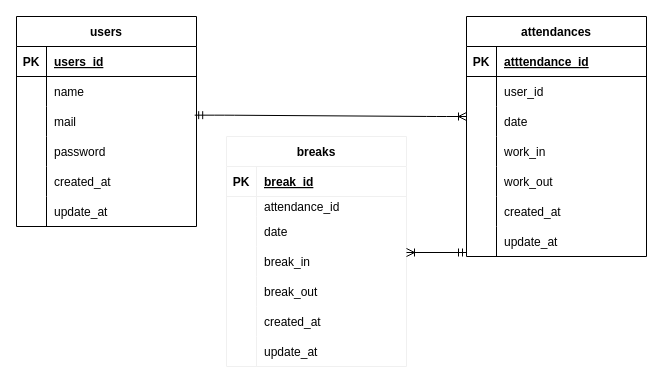
Above: page "ER図" (1 of 2) of usecase.dio in owl0206/attendance-system (draw.io), before the change. Source tidied: cells renumbered, new cells numbered last; positions are measured from the earlier drawing's top-left corner, leaving out a move shared by most shapes. Both pictures are drawn from the tidied source at 100%, with x=0, y=0 at pixel (16, 16).
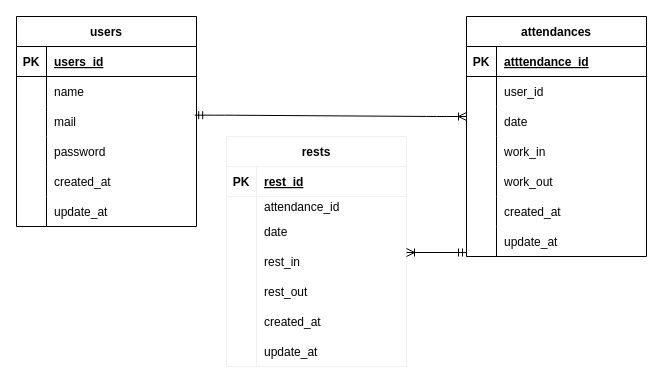
The same diagram, later.

Unchanged cells that the change refers to:
```xml
<mxCell id="44" style="shape=partialRectangle;fillColor=none;top=0;left=0;bottom=1;right=0;strokeColor=#F0F0F0;" parent="43" vertex="1">
  <mxGeometry y="30" width="180" height="30" as="geometry" />
</mxCell>
<mxCell id="53" style="shape=partialRectangle;fillColor=none;top=0;left=0;bottom=0;right=0;strokeColor=#F0F0F0;" parent="43" vertex="1">
  <mxGeometry y="110" width="180" height="30" as="geometry" />
</mxCell>
<mxCell id="56" style="shape=partialRectangle;fillColor=none;top=0;left=0;bottom=0;right=0;strokeColor=#F0F0F0;" parent="43" vertex="1">
  <mxGeometry y="140" width="180" height="30" as="geometry" />
</mxCell>
```

The edit, as a diff of the source:
```diff
@@
-    <mxCell id="43" value="breaks" style="shape=table;startSize=30;childLayout=tableLayout;rowLines=0;fontStyle=1;align=center;strokeColor=#F0F0F0;" parent="1" vertex="1">
+    <mxCell id="43" value="rests" style="shape=table;startSize=30;childLayout=tableLayout;rowLines=0;fontStyle=1;align=center;strokeColor=#F0F0F0;" parent="1" vertex="1">
       <mxGeometry x="210" y="120" width="180" height="230" as="geometry" />
     </mxCell>
@@
-    <mxCell id="46" value="break_id" style="shape=partialRectangle;fillColor=none;top=0;left=0;bottom=0;right=0;align=left;spacingLeft=6;fontStyle=5;overflow=hidden;strokeColor=#F0F0F0;" parent="44" vertex="1">
+    <mxCell id="46" value="rest_id" style="shape=partialRectangle;fillColor=none;top=0;left=0;bottom=0;right=0;align=left;spacingLeft=6;fontStyle=5;overflow=hidden;strokeColor=#F0F0F0;" parent="44" vertex="1">
       <mxGeometry x="30" width="150" height="30" as="geometry" />
     </mxCell>
@@
-    <mxCell id="55" value="break_in" style="shape=partialRectangle;fillColor=none;top=0;left=0;bottom=0;right=0;align=left;spacingLeft=6;overflow=hidden;strokeColor=#F0F0F0;" parent="53" vertex="1">
+    <mxCell id="55" value="rest_in" style="shape=partialRectangle;fillColor=none;top=0;left=0;bottom=0;right=0;align=left;spacingLeft=6;overflow=hidden;strokeColor=#F0F0F0;" parent="53" vertex="1">
       <mxGeometry x="30" width="150" height="30" as="geometry" />
     </mxCell>
@@
-    <mxCell id="58" value="break_out" style="shape=partialRectangle;fillColor=none;top=0;left=0;bottom=0;right=0;align=left;spacingLeft=6;overflow=hidden;strokeColor=#F0F0F0;" parent="56" vertex="1">
+    <mxCell id="58" value="rest_out" style="shape=partialRectangle;fillColor=none;top=0;left=0;bottom=0;right=0;align=left;spacingLeft=6;overflow=hidden;strokeColor=#F0F0F0;" parent="56" vertex="1">
       <mxGeometry x="30" width="150" height="30" as="geometry" />
     </mxCell>
```
